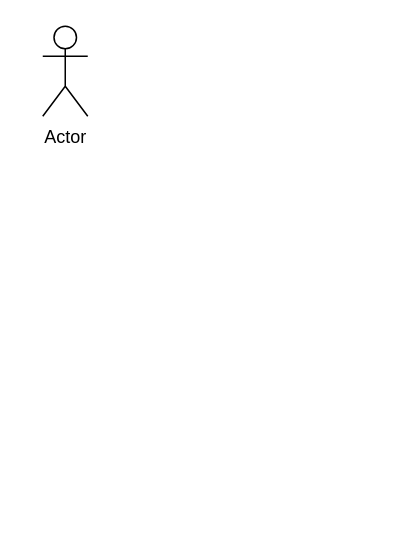
Earlier version of the draw.io diagram Bricks Agent UML.drawio (Ronak8602/Bricks-Agent-SRS). Source tidied: cells renumbered, new cells numbered last; positions are measured from the earlier drawing's top-left corner, leaving out a move shared by most shapes. Both pictures are drawn from the tidied source at 150%, with x=0, y=0 at pixel (42, 26).
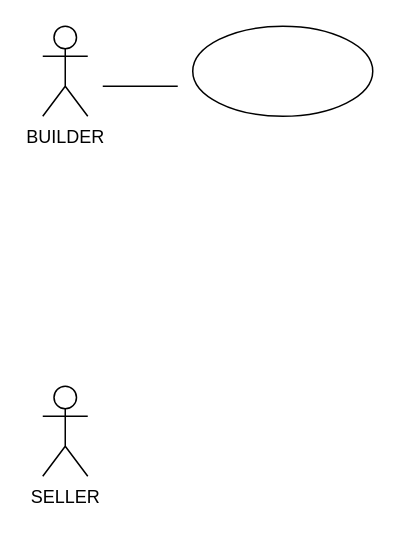
The same diagram, later.

Diff of the diagram source:
```diff
@@
 <mxGraphModel>
   <root>
     <mxCell id="0" />
     <mxCell id="1" parent="0" />
-    <mxCell id="2" value="Actor" style="shape=umlActor;verticalLabelPosition=bottom;verticalAlign=top;html=1;" parent="1" vertex="1">
+    <mxCell id="2" value="BUILDER" style="shape=umlActor;verticalLabelPosition=bottom;verticalAlign=top;html=1;" parent="1" vertex="1">
       <mxGeometry width="30" height="60" as="geometry" />
     </mxCell>
+    <mxCell id="3" value="SELLER" style="shape=umlActor;verticalLabelPosition=bottom;verticalAlign=top;html=1;" parent="1" vertex="1">
+      <mxGeometry y="240" width="30" height="60" as="geometry" />
+    </mxCell>
+    <mxCell id="4" style="ellipse;whiteSpace=wrap;html=1;" parent="1" vertex="1">
+      <mxGeometry x="100" width="120" height="60" as="geometry" />
+    </mxCell>
+    <mxCell id="5" style="endArrow=none;html=1;rounded=0;" parent="1" edge="1">
+      <mxGeometry relative="1" as="geometry">
+        <mxPoint x="40" y="40" as="sourcePoint" />
+        <mxPoint x="90" y="40" as="targetPoint" />
+      </mxGeometry>
+    </mxCell>
   </root>
 </mxGraphModel>
```
